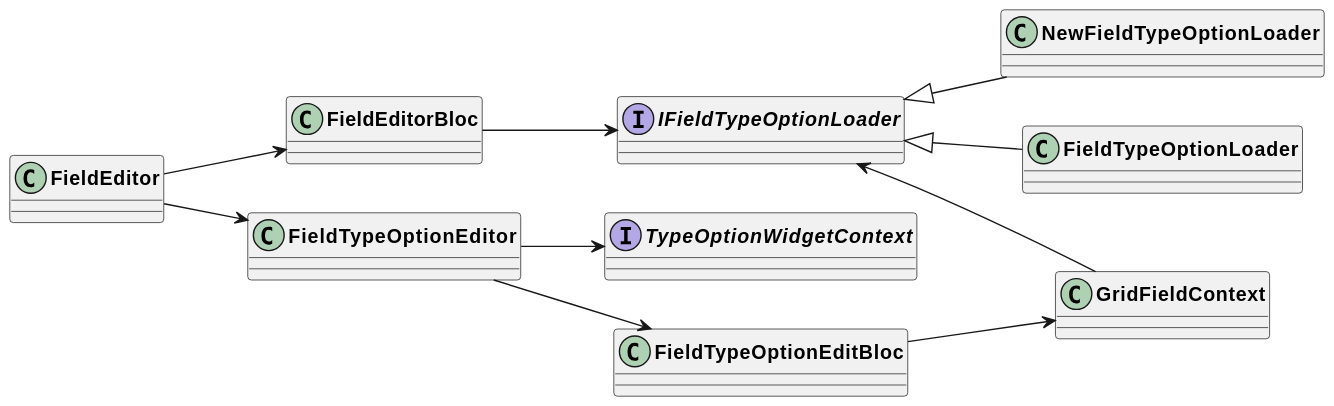
Above: uml/output/Field_Editor.svg in AppFlowy-IO/AppFlowy-Docs (PlantUML), before the change.
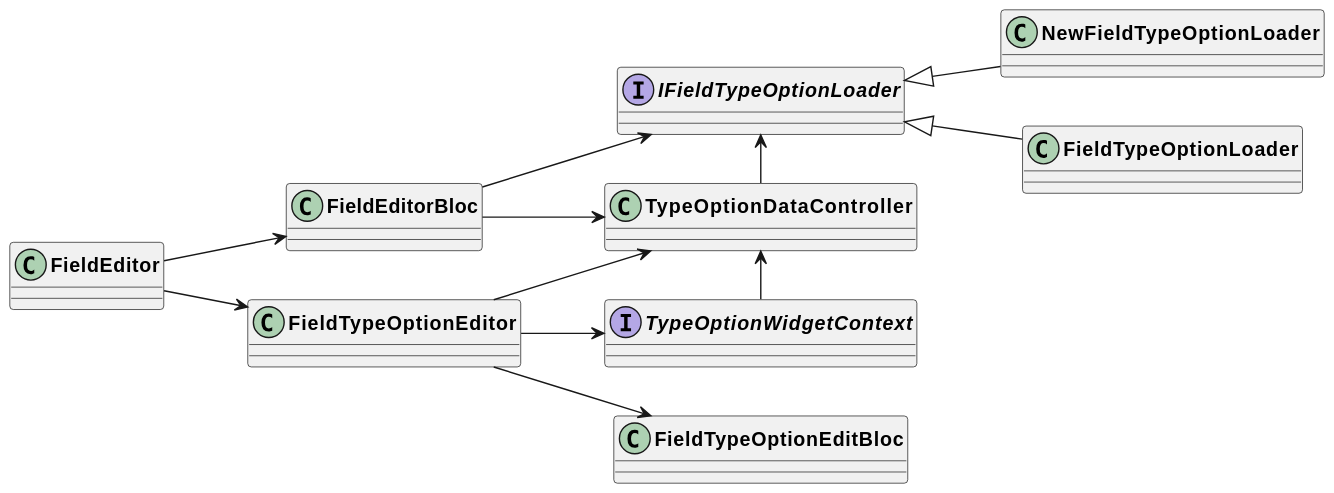
Above is the later version.

Commit message:
chore: update gri_field diagrams

Diff of the diagram source:
```diff
@@ -11,12 +11,13 @@
 FieldEditor --> FieldTypeOptionEditor
 
 FieldEditorBloc --> IFieldTypeOptionLoader
+FieldEditorBloc --> TypeOptionDataController
 NewFieldTypeOptionLoader -u-|> IFieldTypeOptionLoader
 FieldTypeOptionLoader -u-|> IFieldTypeOptionLoader
 
 FieldTypeOptionEditor --> FieldTypeOptionEditBloc
-FieldTypeOptionEditBloc --> GridFieldContext
-GridFieldContext -u-> IFieldTypeOptionLoader
-
 FieldTypeOptionEditor --> TypeOptionWidgetContext
+FieldTypeOptionEditor --> TypeOptionDataController
+TypeOptionDataController -l-> IFieldTypeOptionLoader
+TypeOptionWidgetContext -l-> TypeOptionDataController
 @enduml
```
